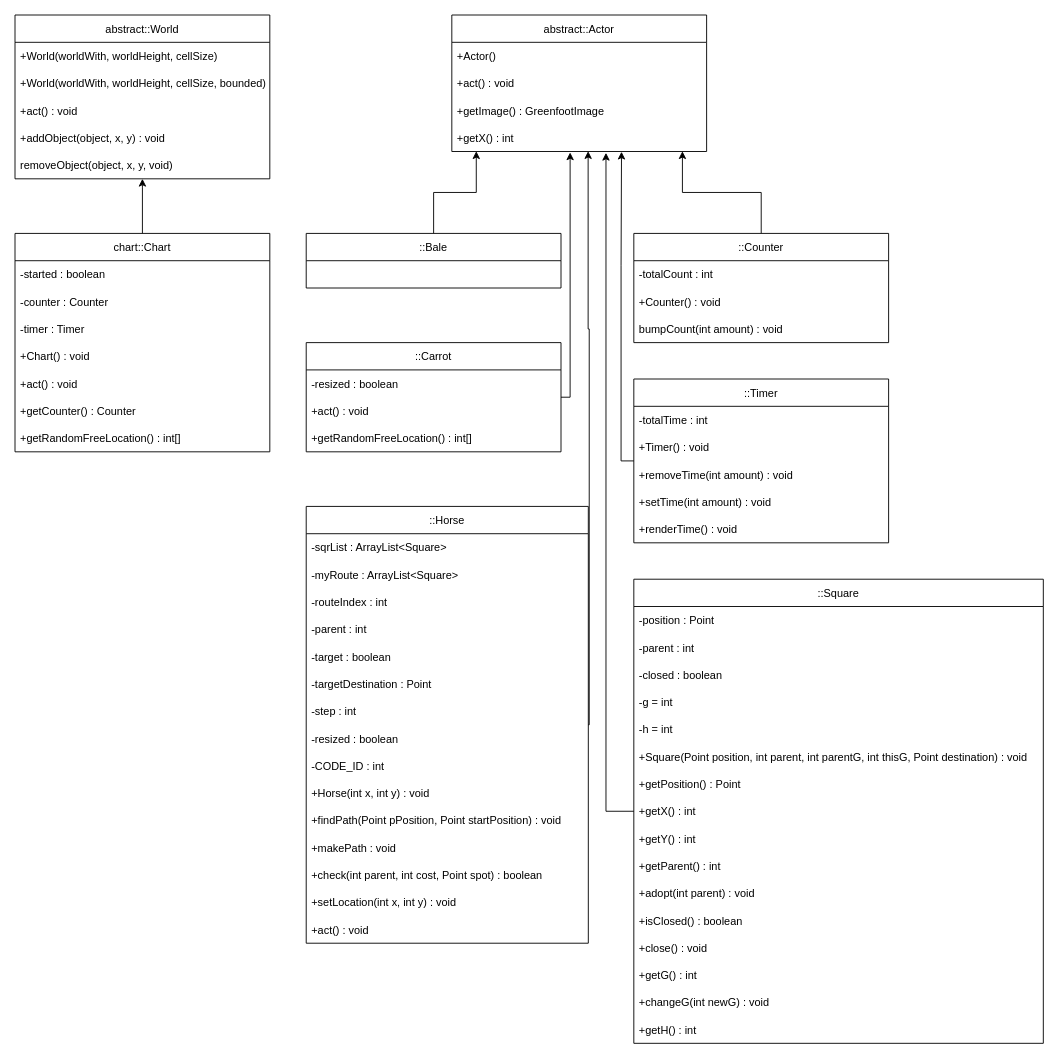
Before: UML_M226a.drawio in vogelileo/greenfoot_m226a, a draw.io diagram. Source tidied: cells renumbered, new cells numbered last; positions are measured from the earlier drawing's top-left corner, leaving out a move shared by most shapes. Both pictures are drawn from the tidied source at 91%, with x=0, y=0 at pixel (15, 15).
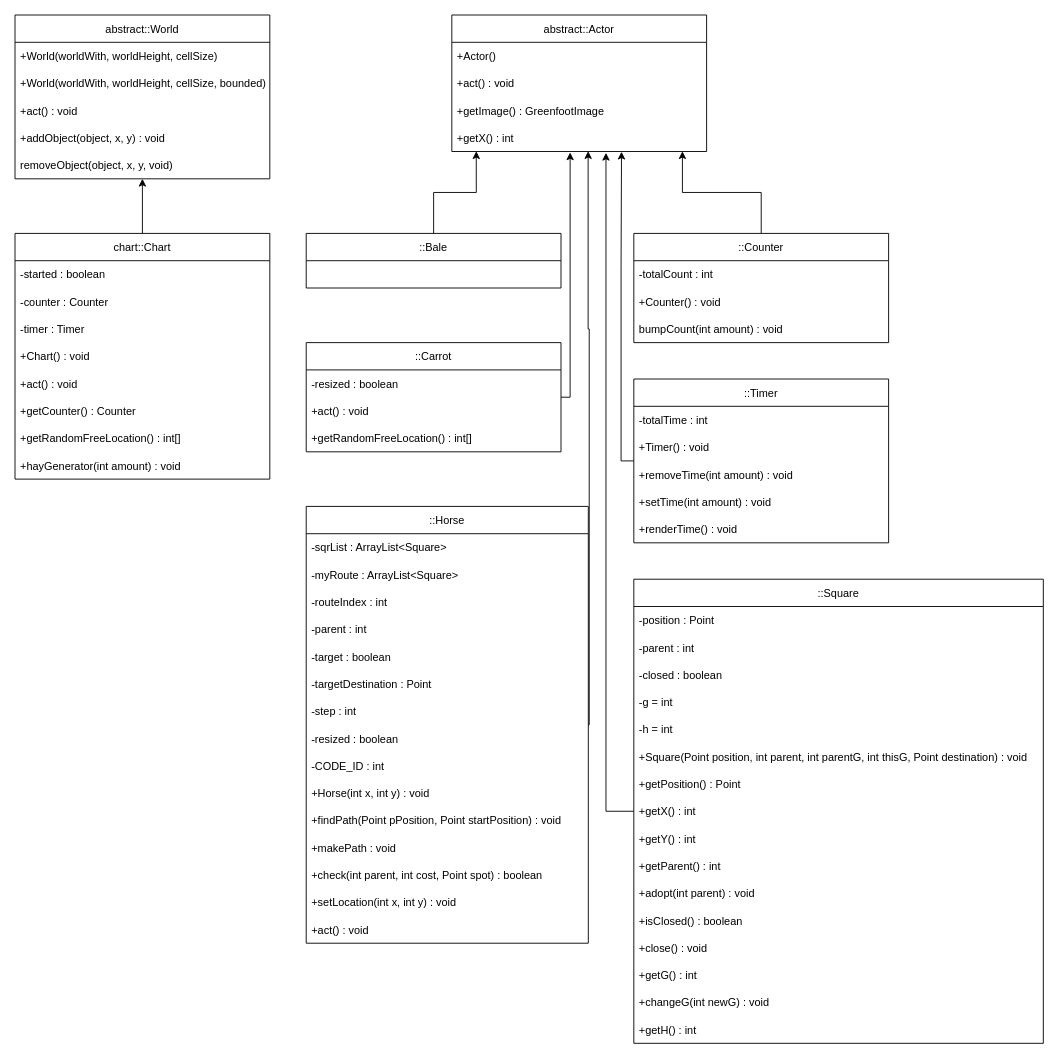
After the change.

What changed in the source:
```diff
@@
     <mxCell id="9" value="chart::Chart" style="swimlane;fontStyle=0;horizontal=1;startSize=30;" parent="1" vertex="1">
-      <mxGeometry y="240" width="280" height="240" as="geometry" />
+      <mxGeometry y="240" width="280" height="270" as="geometry" />
     </mxCell>
@@
+    <mxCell id="76" value="+getRandomFreeLocation() : int[]" style="text;strokeColor=none;fillColor=none;align=left;verticalAlign=middle;spacingLeft=4;spacingRight=4;overflow=hidden;" parent="9" vertex="1">
+      <mxGeometry y="210" width="280" height="30" as="geometry" />
+    </mxCell>
-    <mxCell id="16" value="+getRandomFreeLocation() : int[]" style="text;strokeColor=none;fillColor=none;align=left;verticalAlign=middle;spacingLeft=4;spacingRight=4;overflow=hidden;" parent="9" vertex="1">
-      <mxGeometry y="210" width="280" height="30" as="geometry" />
+    <mxCell id="16" value="+hayGenerator(int amount) : void" style="text;strokeColor=none;fillColor=none;align=left;verticalAlign=middle;spacingLeft=4;spacingRight=4;overflow=hidden;" parent="9" vertex="1">
+      <mxGeometry y="240" width="280" height="30" as="geometry" />
     </mxCell>
```
